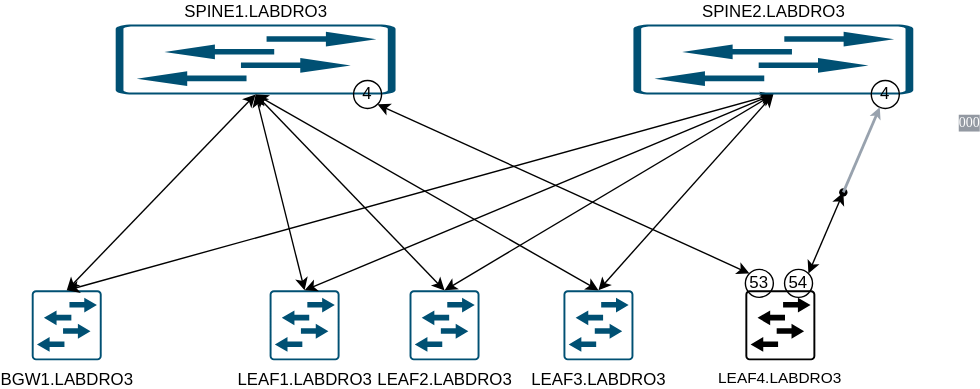
This is distri_lab.svg from thedenman/flow, a draw.io export, as it was before one commit. Source tidied: cells renumbered, new cells last; positions are measured from the earlier drawing's top-left corner, leaving out a move shared by most shapes.
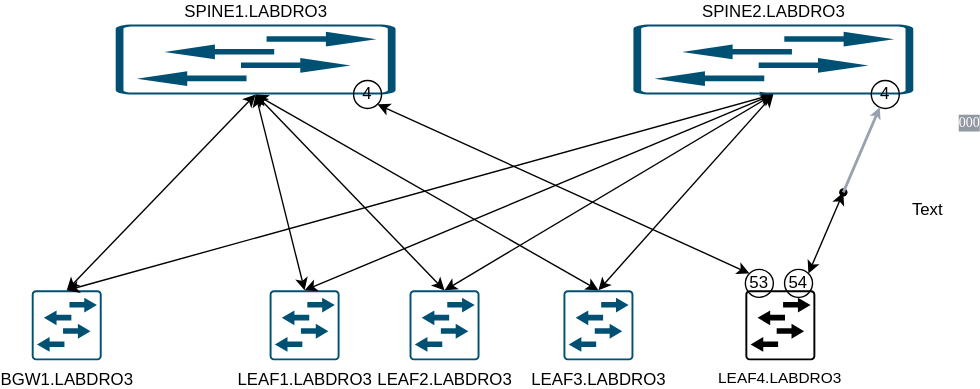
The same diagram one commit later.

What changed in the source:
```diff
@@ -72,10 +72,13 @@
     <mxCell id="23" style="endArrow=classic;html=1;rounded=0;entryX=1;entryY=0;entryDx=0;entryDy=0;endFill=1;startArrow=classic;startFill=1;" parent="1" edge="1" source="22" target="16">
       <mxGeometry relative="1" as="geometry" />
     </mxCell>
+    <mxCell id="25" value="000" style="rounded=0;html=1;startSize=6;endArrow=classic;endFill=1;endSize=2;fontSize=10;strokeColor=#98A2AE;fontColor=#FFFFFF;textOpacity=60;labelBackgroundColor=#4D5766;jumpStyle=gap;strokeWidth=2;fontFamily=Google Sans;fontSource=https%3A%2F%2Ffonts.googleapis.com%2Fcss%3Ffamily%3DGoogle%2BSans;" parent="1" edge="1" source="22" target="20">
+      <mxGeometry x="1" y="-65" relative="1" as="geometry">
+        <mxPoint x="4" y="-15" as="offset" />
+      </mxGeometry>
+    </mxCell>
-    <mxCell id="24" value="000" style="rounded=0;html=1;startSize=6;endArrow=classic;endFill=1;endSize=2;fontSize=10;strokeColor=#98A2AE;fontColor=#FFFFFF;textOpacity=60;labelBackgroundColor=#4D5766;jumpStyle=gap;strokeWidth=2;fontFamily=Google Sans;fontSource=https%3A%2F%2Ffonts.googleapis.com%2Fcss%3Ffamily%3DGoogle%2BSans;" parent="1" edge="1" source="22" target="20">
-      <mxGeometry x="1" y="-65" relative="1" as="geometry">
-        <mxPoint x="4" y="-15" as="offset" />
-      </mxGeometry>
+    <mxCell id="24" value="Text" style="text;html=1;align=center;verticalAlign=middle;strokeColor=none;fillColor=none;" parent="1" vertex="1">
+      <mxGeometry x="615" y="118" width="50" height="30" as="geometry" />
     </mxCell>
   </root>
 </mxGraphModel>
```
